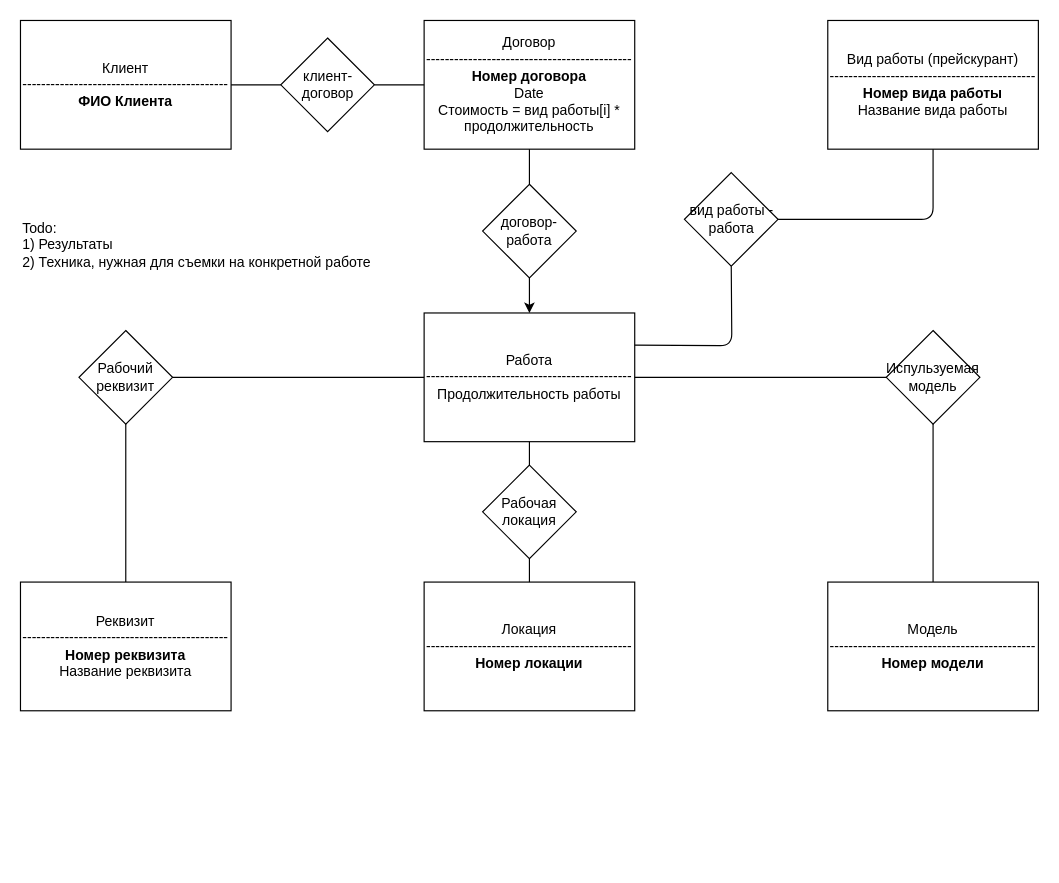
This is Photographer.drawio from ectuser/Photographer-Database, a draw.io file, before an edit. Source tidied: cells renumbered, new cells numbered last; positions are measured from the earlier drawing's top-left corner, leaving out a move shared by most shapes. Both pictures are drawn from the tidied source at 117%, with x=0, y=0 at pixel (20, 20).
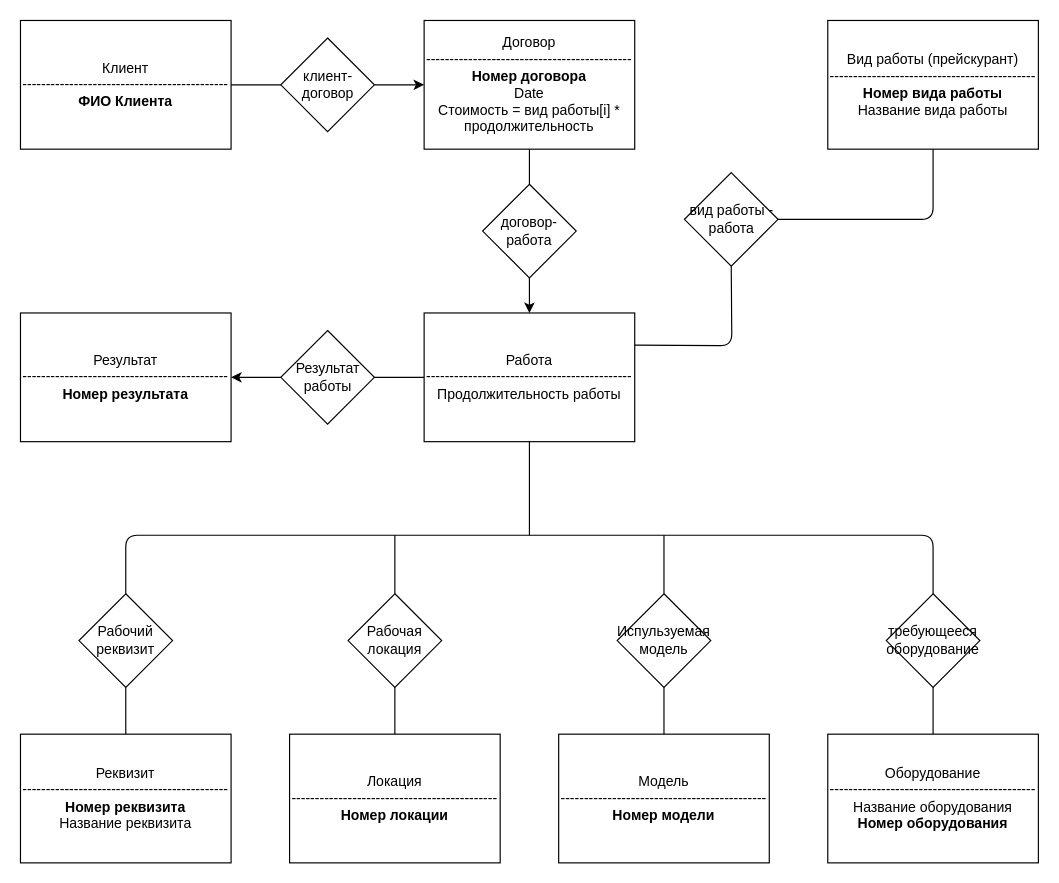
The same page after the edit.

Unchanged cells that the change refers to:
```xml
<mxCell id="7" value="Договор&lt;br&gt;--------------------------------------------&lt;br&gt;&lt;b&gt;Номер договора&lt;br&gt;&lt;/b&gt;Date&lt;br&gt;Стоимость = вид работы[i] * продолжительность" style="rounded=0;whiteSpace=wrap;html=1;" parent="1" vertex="1">
  <mxGeometry x="345" width="180" height="110" as="geometry" />
</mxCell>
<mxCell id="8" value="клиент-договор" style="rhombus;whiteSpace=wrap;html=1;" parent="1" vertex="1">
  <mxGeometry x="222.5" y="15" width="80" height="80" as="geometry" />
</mxCell>
<mxCell id="10" value="Работа&lt;br&gt;--------------------------------------------&lt;br&gt;Продолжительность работы" style="rounded=0;whiteSpace=wrap;html=1;" parent="1" vertex="1">
  <mxGeometry x="345" y="250" width="180" height="110" as="geometry" />
</mxCell>
```

Diff of the diagram source:
```diff
@@
     <mxCell id="3" value="Модель&lt;br&gt;--------------------------------------------&lt;br&gt;&lt;b&gt;Номер модели&lt;/b&gt;" style="rounded=0;whiteSpace=wrap;html=1;" parent="1" vertex="1">
-      <mxGeometry x="690" y="480" width="180" height="110" as="geometry" />
+      <mxGeometry x="460" y="610" width="180" height="110" as="geometry" />
     </mxCell>
     <mxCell id="4" value="Локация&lt;br&gt;--------------------------------------------&lt;br&gt;&lt;b&gt;Номер локации&lt;/b&gt;" style="rounded=0;whiteSpace=wrap;html=1;" parent="1" vertex="1">
-      <mxGeometry x="345" y="480" width="180" height="110" as="geometry" />
+      <mxGeometry x="230" y="610" width="180" height="110" as="geometry" />
     </mxCell>
     <mxCell id="5" value="Реквизит&lt;br&gt;--------------------------------------------&lt;br&gt;&lt;b&gt;Номер реквизита&lt;/b&gt;&lt;br&gt;Название реквизита" style="rounded=0;whiteSpace=wrap;html=1;" parent="1" vertex="1">
-      <mxGeometry y="480" width="180" height="110" as="geometry" />
+      <mxGeometry y="610" width="180" height="110" as="geometry" />
     </mxCell>
@@
+    <mxCell id="28" style="edgeStyle=orthogonalEdgeStyle;rounded=0;jettySize=auto;html=1;" parent="1" edge="1" source="8" target="7">
+      <mxGeometry relative="1" as="geometry" />
+    </mxCell>
@@
-    <mxCell id="17" style="endArrow=none;html=1;exitX=0;exitY=0.5;exitDx=0;exitDy=0;entryX=1;entryY=0.5;entryDx=0;entryDy=0;" parent="1" edge="1" source="7" target="8">
-      <mxGeometry relative="1" as="geometry" />
-    </mxCell>
     <mxCell id="18" value="Рабочая локация" style="rhombus;whiteSpace=wrap;html=1;" parent="1" vertex="1">
-      <mxGeometry x="395" y="380" width="80" height="80" as="geometry" />
+      <mxGeometry x="280" y="490" width="80" height="80" as="geometry" />
     </mxCell>
     <mxCell id="19" value="Рабочий реквизит" style="rhombus;whiteSpace=wrap;html=1;" parent="1" vertex="1">
-      <mxGeometry x="50" y="265" width="80" height="80" as="geometry" />
+      <mxGeometry x="50" y="490" width="80" height="80" as="geometry" />
     </mxCell>
     <mxCell id="20" value="Испульзуемая модель" style="rhombus;whiteSpace=wrap;html=1;" parent="1" vertex="1">
-      <mxGeometry x="740" y="265" width="80" height="80" as="geometry" />
+      <mxGeometry x="510" y="490" width="80" height="80" as="geometry" />
     </mxCell>
-    <mxCell id="21" style="endArrow=none;html=1;exitX=0;exitY=0.5;exitDx=0;exitDy=0;entryX=1;entryY=0.5;entryDx=0;entryDy=0;" parent="1" edge="1" source="10" target="19">
-      <mxGeometry relative="1" as="geometry" />
-    </mxCell>
@@
-    <mxCell id="23" style="endArrow=none;html=1;exitX=0;exitY=0.5;exitDx=0;exitDy=0;entryX=1;entryY=0.5;entryDx=0;entryDy=0;" parent="1" edge="1" source="20" target="10">
-      <mxGeometry relative="1" as="geometry" />
-    </mxCell>
@@
-    <mxCell id="26" style="endArrow=none;html=1;exitX=0.5;exitY=1;exitDx=0;exitDy=0;entryX=0.5;entryY=0;entryDx=0;entryDy=0;" parent="1" edge="1" source="10" target="18">
-      <mxGeometry relative="1" as="geometry" />
-    </mxCell>
-    <mxCell id="27" value="Todo:&lt;br&gt;1) Результаты&lt;br&gt;2) Техника, нужная для съемки на конкретной работе" style="text;html=1;align=left;verticalAlign=top;spacingTop=-4;" parent="1" vertex="1">
-      <mxGeometry y="167.5" width="310" height="40" as="geometry" />
-    </mxCell>
+    <mxCell id="29" value="Оборудование&lt;br&gt;--------------------------------------------&lt;br&gt;Название оборудования&lt;br&gt;&lt;b&gt;Номер оборудования&lt;/b&gt;" style="rounded=0;whiteSpace=wrap;html=1;" parent="1" vertex="1">
+      <mxGeometry x="690" y="610" width="180" height="110" as="geometry" />
+    </mxCell>
+    <mxCell id="30" value="требующееся оборудование" style="rhombus;whiteSpace=wrap;html=1;" parent="1" vertex="1">
+      <mxGeometry x="740" y="490" width="80" height="80" as="geometry" />
+    </mxCell>
+    <mxCell id="31" style="endArrow=none;html=1;exitX=0.5;exitY=1;exitDx=0;exitDy=0;entryX=0.5;entryY=0;entryDx=0;entryDy=0;" parent="1" edge="1" source="30" target="29">
+      <mxGeometry relative="1" as="geometry" />
+    </mxCell>
+    <mxCell id="32" style="endArrow=none;html=1;entryX=0.5;entryY=1;entryDx=0;entryDy=0;" parent="1" edge="1" target="10">
+      <mxGeometry relative="1" as="geometry">
+        <mxPoint x="435" y="440" as="sourcePoint" />
+      </mxGeometry>
+    </mxCell>
+    <mxCell id="33" style="endArrow=none;html=1;exitX=0.5;exitY=0;exitDx=0;exitDy=0;" parent="1" edge="1" source="30">
+      <mxGeometry relative="1" as="geometry">
+        <mxPoint x="90" y="490" as="targetPoint" />
+        <Array as="points">
+          <mxPoint x="780" y="440" />
+          <mxPoint x="430" y="440" />
+          <mxPoint x="90" y="440" />
+        </Array>
+      </mxGeometry>
+    </mxCell>
+    <mxCell id="34" style="endArrow=none;html=1;entryX=0.5;entryY=0;entryDx=0;entryDy=0;" parent="1" edge="1" target="18">
+      <mxGeometry relative="1" as="geometry">
+        <mxPoint x="320" y="440" as="sourcePoint" />
+      </mxGeometry>
+    </mxCell>
+    <mxCell id="35" style="endArrow=none;html=1;entryX=0.5;entryY=0;entryDx=0;entryDy=0;" parent="1" edge="1" target="20">
+      <mxGeometry relative="1" as="geometry">
+        <mxPoint x="550" y="440" as="sourcePoint" />
+      </mxGeometry>
+    </mxCell>
+    <mxCell id="36" value="Результат&lt;br&gt;--------------------------------------------&lt;br&gt;&lt;b&gt;Номер результата&lt;/b&gt;" style="rounded=0;whiteSpace=wrap;html=1;" parent="1" vertex="1">
+      <mxGeometry y="250" width="180" height="110" as="geometry" />
+    </mxCell>
+    <mxCell id="37" style="edgeStyle=orthogonalEdgeStyle;rounded=0;jettySize=auto;html=1;" parent="1" edge="1" source="38" target="36">
+      <mxGeometry relative="1" as="geometry" />
+    </mxCell>
+    <mxCell id="38" value="Результат работы" style="rhombus;whiteSpace=wrap;html=1;" parent="1" vertex="1">
+      <mxGeometry x="222.5" y="265" width="80" height="80" as="geometry" />
+    </mxCell>
+    <mxCell id="39" style="endArrow=none;html=1;exitX=1;exitY=0.5;exitDx=0;exitDy=0;entryX=0;entryY=0.5;entryDx=0;entryDy=0;" parent="1" edge="1" source="38" target="10">
+      <mxGeometry relative="1" as="geometry" />
+    </mxCell>
```
